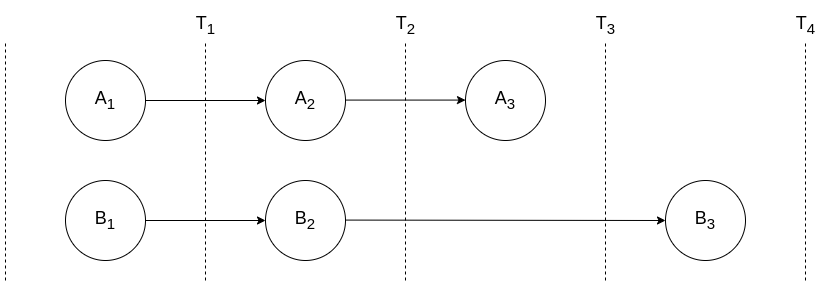
Earlier version of the draw.io export docs/images/join-B-to-A.png (orbitdb-archive/orbit-db-nextgen). Source tidied: cells renumbered, new cells last; positions are measured from the earlier drawing's top-left corner, leaving out a move shared by most shapes.
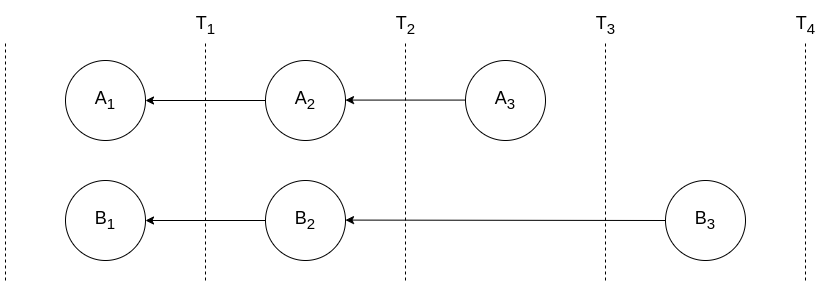
The same file after the commit.

What changed in the source:
```diff
@@ -8,7 +8,7 @@
     <mxCell id="3" value="&lt;font style=&quot;font-size: 18px;&quot;&gt;B&lt;sub&gt;2&lt;/sub&gt;&lt;/font&gt;" style="ellipse;whiteSpace=wrap;html=1;" parent="1" vertex="1">
       <mxGeometry x="260" y="175" width="80" height="80" as="geometry" />
     </mxCell>
-    <mxCell id="4" style="endArrow=classic;html=1;rounded=0;exitX=1;exitY=0.5;exitDx=0;exitDy=0;entryX=0;entryY=0.5;entryDx=0;entryDy=0;" parent="1" edge="1" source="2" target="3">
+    <mxCell id="4" style="endArrow=classic;html=1;rounded=0;exitX=0;exitY=0.5;exitDx=0;exitDy=0;entryX=1;entryY=0.5;entryDx=0;entryDy=0;" parent="1" edge="1" source="3" target="2">
       <mxGeometry relative="1" as="geometry" />
     </mxCell>
     <mxCell id="5" style="endArrow=none;dashed=1;html=1;rounded=0;" parent="1" edge="1">
@@ -50,7 +50,7 @@
     <mxCell id="13" value="&lt;font style=&quot;font-size: 18px;&quot;&gt;A&lt;sub&gt;2&lt;/sub&gt;&lt;/font&gt;" style="ellipse;whiteSpace=wrap;html=1;" parent="1" vertex="1">
       <mxGeometry x="260" y="55" width="80" height="80" as="geometry" />
     </mxCell>
-    <mxCell id="14" style="endArrow=classic;html=1;rounded=0;exitX=1;exitY=0.5;exitDx=0;exitDy=0;entryX=0;entryY=0.5;entryDx=0;entryDy=0;" parent="1" edge="1" source="12" target="13">
+    <mxCell id="14" style="endArrow=classic;html=1;rounded=0;exitX=0;exitY=0.5;exitDx=0;exitDy=0;entryX=1;entryY=0.5;entryDx=0;entryDy=0;" parent="1" edge="1" source="13" target="12">
       <mxGeometry relative="1" as="geometry" />
     </mxCell>
     <mxCell id="15" value="&lt;font style=&quot;font-size: 18px;&quot;&gt;A&lt;sub&gt;3&lt;/sub&gt;&lt;/font&gt;" style="ellipse;whiteSpace=wrap;html=1;" parent="1" vertex="1">
@@ -58,8 +58,8 @@
     </mxCell>
     <mxCell id="16" style="endArrow=classic;html=1;rounded=0;exitX=1;exitY=0.5;exitDx=0;exitDy=0;entryX=0;entryY=0.5;entryDx=0;entryDy=0;" parent="1" edge="1">
       <mxGeometry relative="1" as="geometry">
-        <mxPoint x="340" y="94.6" as="sourcePoint" />
-        <mxPoint x="460" y="94.6" as="targetPoint" />
+        <mxPoint x="460" y="94.6" as="sourcePoint" />
+        <mxPoint x="340" y="94.6" as="targetPoint" />
       </mxGeometry>
     </mxCell>
     <mxCell id="17" style="endArrow=none;dashed=1;html=1;rounded=0;" parent="1" edge="1">
@@ -74,9 +74,9 @@
     <mxCell id="19" value="&lt;font style=&quot;font-size: 18px;&quot;&gt;B&lt;sub&gt;3&lt;/sub&gt;&lt;/font&gt;" style="ellipse;whiteSpace=wrap;html=1;" parent="1" vertex="1">
       <mxGeometry x="660" y="175" width="80" height="80" as="geometry" />
     </mxCell>
-    <mxCell id="20" style="endArrow=classic;html=1;rounded=0;exitX=1;exitY=0.5;exitDx=0;exitDy=0;entryX=0;entryY=0.5;entryDx=0;entryDy=0;" parent="1" edge="1" target="19">
+    <mxCell id="20" style="endArrow=classic;html=1;rounded=0;exitX=0;exitY=0.5;exitDx=0;exitDy=0;entryX=0;entryY=0.5;entryDx=0;entryDy=0;" parent="1" edge="1" source="19">
       <mxGeometry relative="1" as="geometry">
-        <mxPoint x="340" y="214.6" as="sourcePoint" />
+        <mxPoint x="340" y="214.6" as="targetPoint" />
       </mxGeometry>
     </mxCell>
   </root>
```
